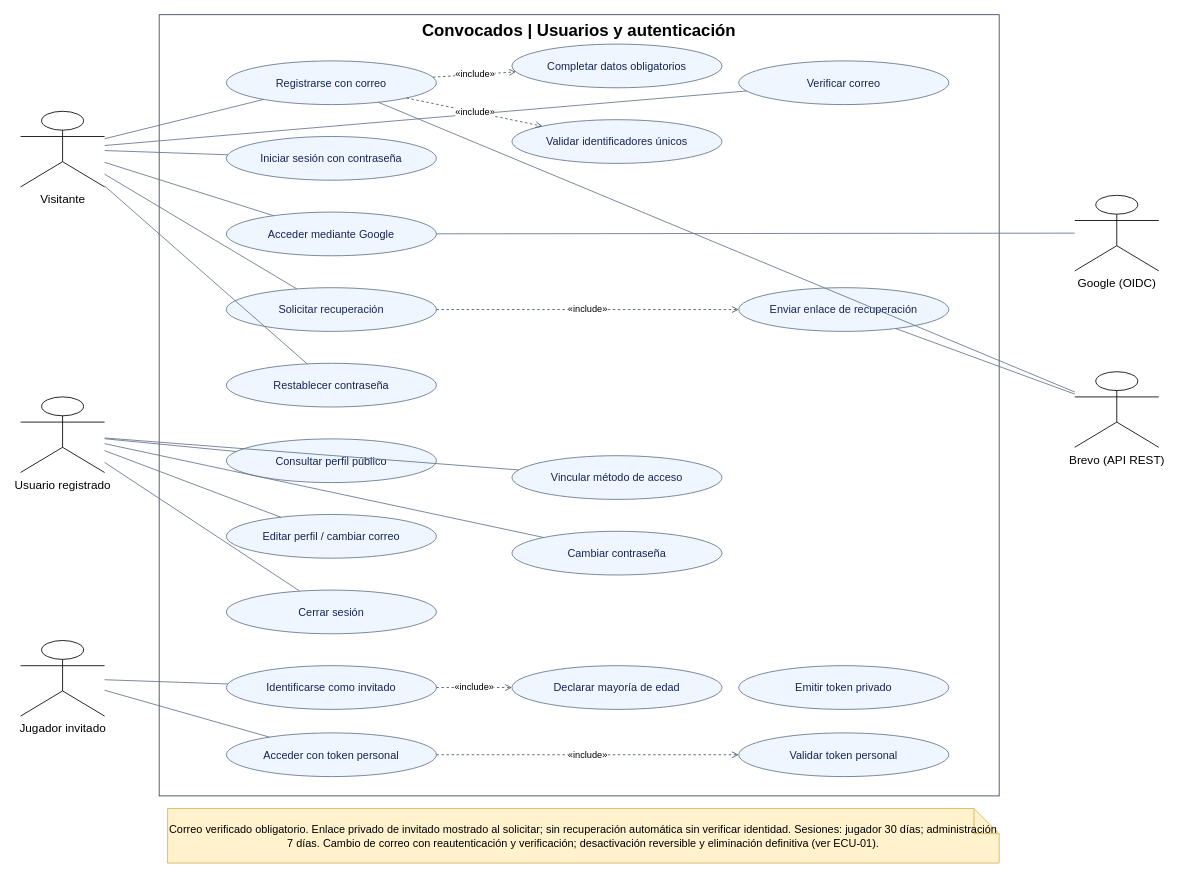
Before: docs/02-diseno-funcional/casos-de-uso-usuarios.drawio in alejovidela13/convocados, a draw.io diagram. Source tidied: cells renumbered, new cells numbered last; positions are measured from the earlier drawing's top-left corner, leaving out a move shared by most shapes. Both pictures are drawn from the tidied source at 84%, with x=0, y=0 at pixel (20, 14).
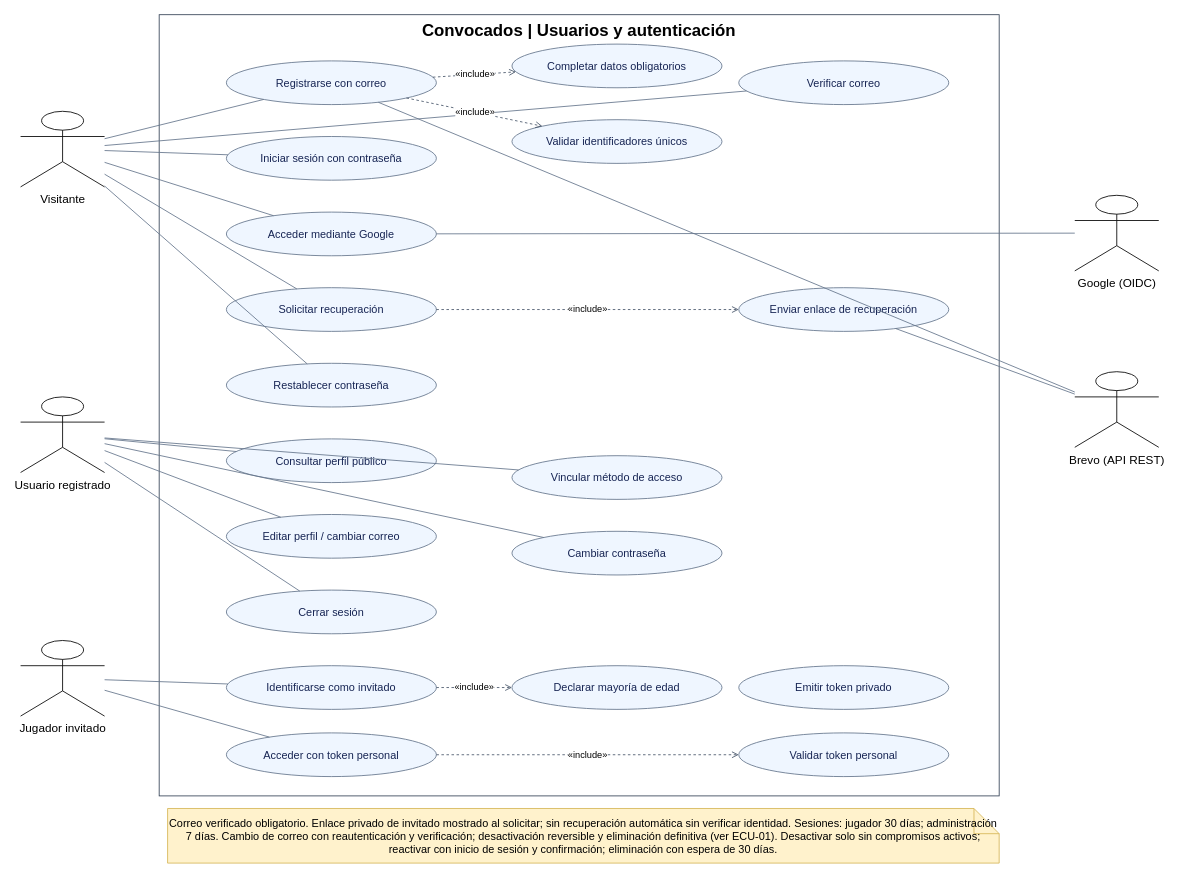
The same page after the edit.

What changed in the source:
```diff
@@
-    <mxCell id="48" value="Correo verificado obligatorio. Enlace privado de invitado mostrado al solicitar; sin recuperación automática sin verificar identidad. Sesiones: jugador 30 días; administración 7 días. Cambio de correo con reautenticación y verificación; desactivación reversible y eliminación definitiva (ver ECU-01)." style="shape=note;whiteSpace=wrap;html=1;fillColor=#fff2cc;strokeColor=#d6b656;fontSize=13;" parent="1" vertex="1">
+    <mxCell id="48" value="Correo verificado obligatorio. Enlace privado de invitado mostrado al solicitar; sin recuperación automática sin verificar identidad. Sesiones: jugador 30 días; administración 7 días. Cambio de correo con reautenticación y verificación; desactivación reversible y eliminación definitiva (ver ECU-01). Desactivar solo sin compromisos activos; reactivar con inicio de sesión y confirmación; eliminación con espera de 30 días." style="shape=note;whiteSpace=wrap;html=1;fillColor=#fff2cc;strokeColor=#d6b656;fontSize=13;" parent="1" vertex="1">
       <mxGeometry x="175" y="945" width="990" height="65" as="geometry" />
     </mxCell>
```
